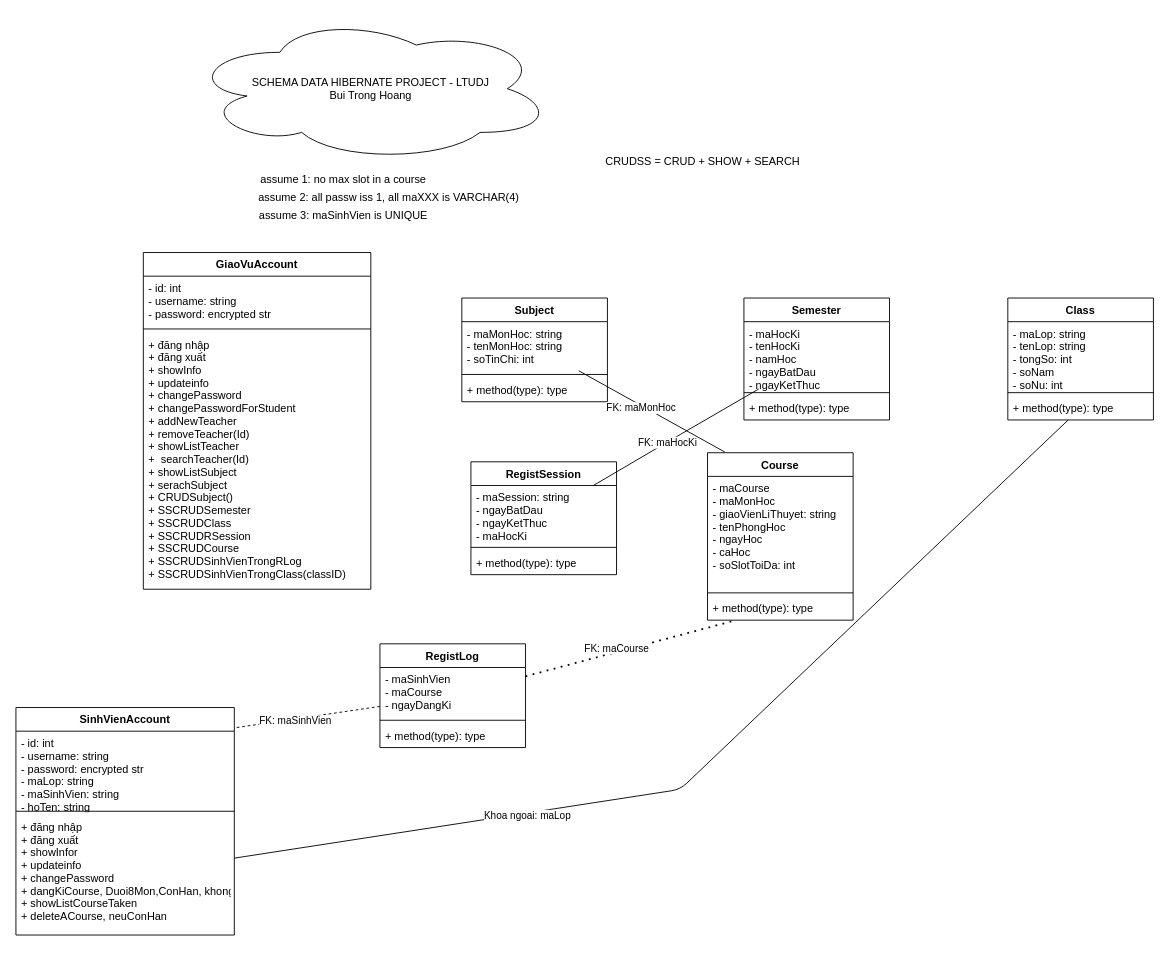
Earlier version of the draw.io diagram data/DataSchema.drawio (TrongHoang21/LTUDJava-DoAnHibernate). Source tidied: cells renumbered, new cells numbered last; positions are measured from the earlier drawing's top-left corner, leaving out a move shared by most shapes. Both pictures are drawn from the tidied source at 91%, with x=0, y=0 at pixel (15, 15).
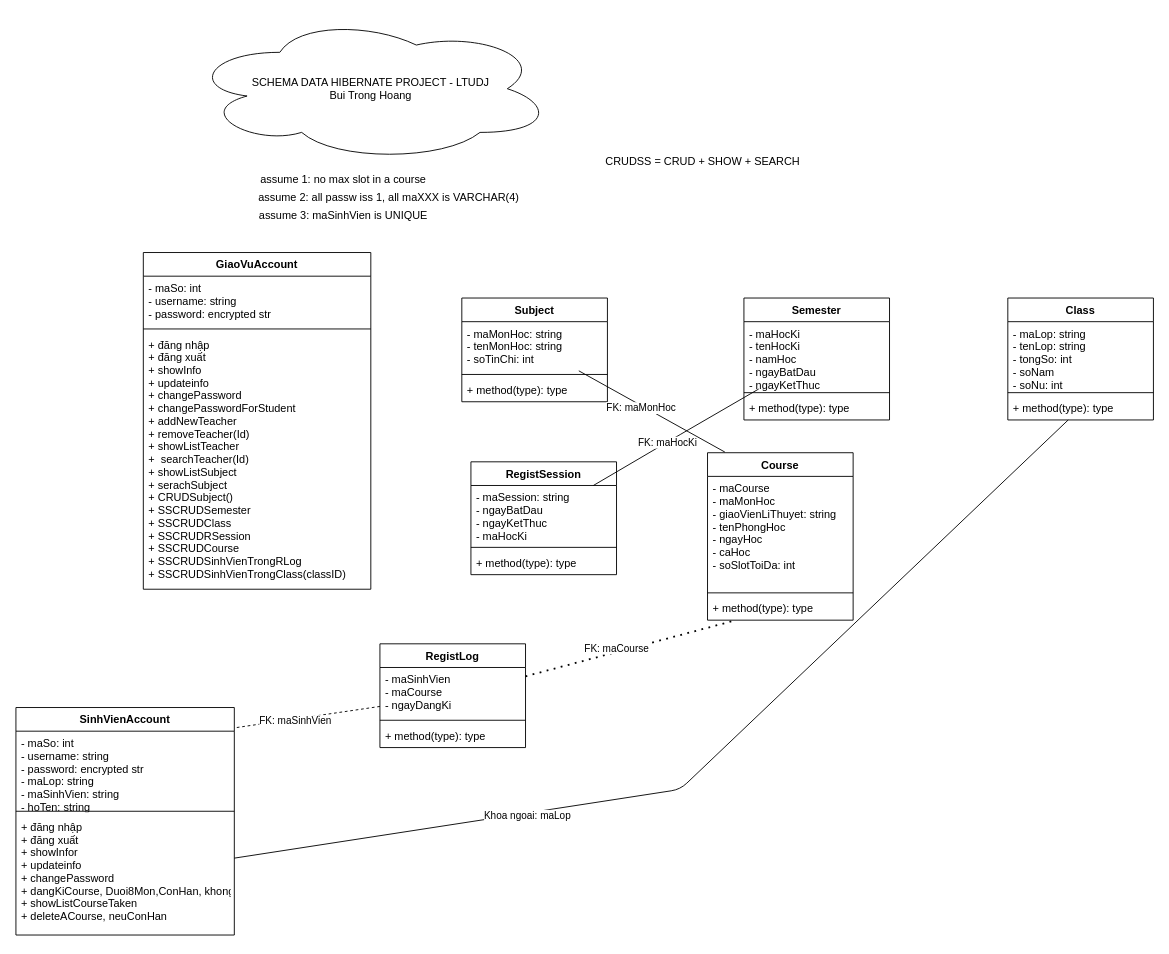
After the change.

Commit message (it also covers changes not shown here):
finish all POJOs, update schema (iD -> maSo)

Unchanged cells that the change refers to:
```xml
<mxCell id="2" value="GiaoVuAccount" style="swimlane;fontStyle=1;align=center;verticalAlign=top;horizontal=1;startSize=26;" parent="1" vertex="1">
  <mxGeometry x="140" y="260" width="250" height="370" as="geometry" />
</mxCell>
<mxCell id="6" value="SinhVienAccount&#10;" style="swimlane;fontStyle=1;align=center;verticalAlign=top;horizontal=1;startSize=26;" parent="1" vertex="1">
  <mxGeometry y="760" width="240" height="250" as="geometry" />
</mxCell>
```

What changed in the source:
```diff
@@
-    <mxCell id="3" value="- id: int&#10;- username: string&#10;- password: encrypted str&#10;" style="text;strokeColor=none;fillColor=none;align=left;verticalAlign=top;spacingLeft=4;spacingRight=4;overflow=hidden;" parent="2" vertex="1">
+    <mxCell id="3" value="- maSo: int&#10;- username: string&#10;- password: encrypted str&#10;" style="text;strokeColor=none;fillColor=none;align=left;verticalAlign=top;spacingLeft=4;spacingRight=4;overflow=hidden;" parent="2" vertex="1">
       <mxGeometry y="26" width="250" height="54" as="geometry" />
     </mxCell>
@@
-    <mxCell id="7" value="- id: int&#10;- username: string&#10;- password: encrypted str&#10;- maLop: string&#10;- maSinhVien: string&#10;- hoTen: string&#10;" style="text;strokeColor=none;fillColor=none;align=left;verticalAlign=top;spacingLeft=4;spacingRight=4;overflow=hidden;" parent="6" vertex="1">
+    <mxCell id="7" value="- maSo: int&#10;- username: string&#10;- password: encrypted str&#10;- maLop: string&#10;- maSinhVien: string&#10;- hoTen: string&#10;" style="text;strokeColor=none;fillColor=none;align=left;verticalAlign=top;spacingLeft=4;spacingRight=4;overflow=hidden;" parent="6" vertex="1">
       <mxGeometry y="26" width="240" height="84" as="geometry" />
     </mxCell>
```
